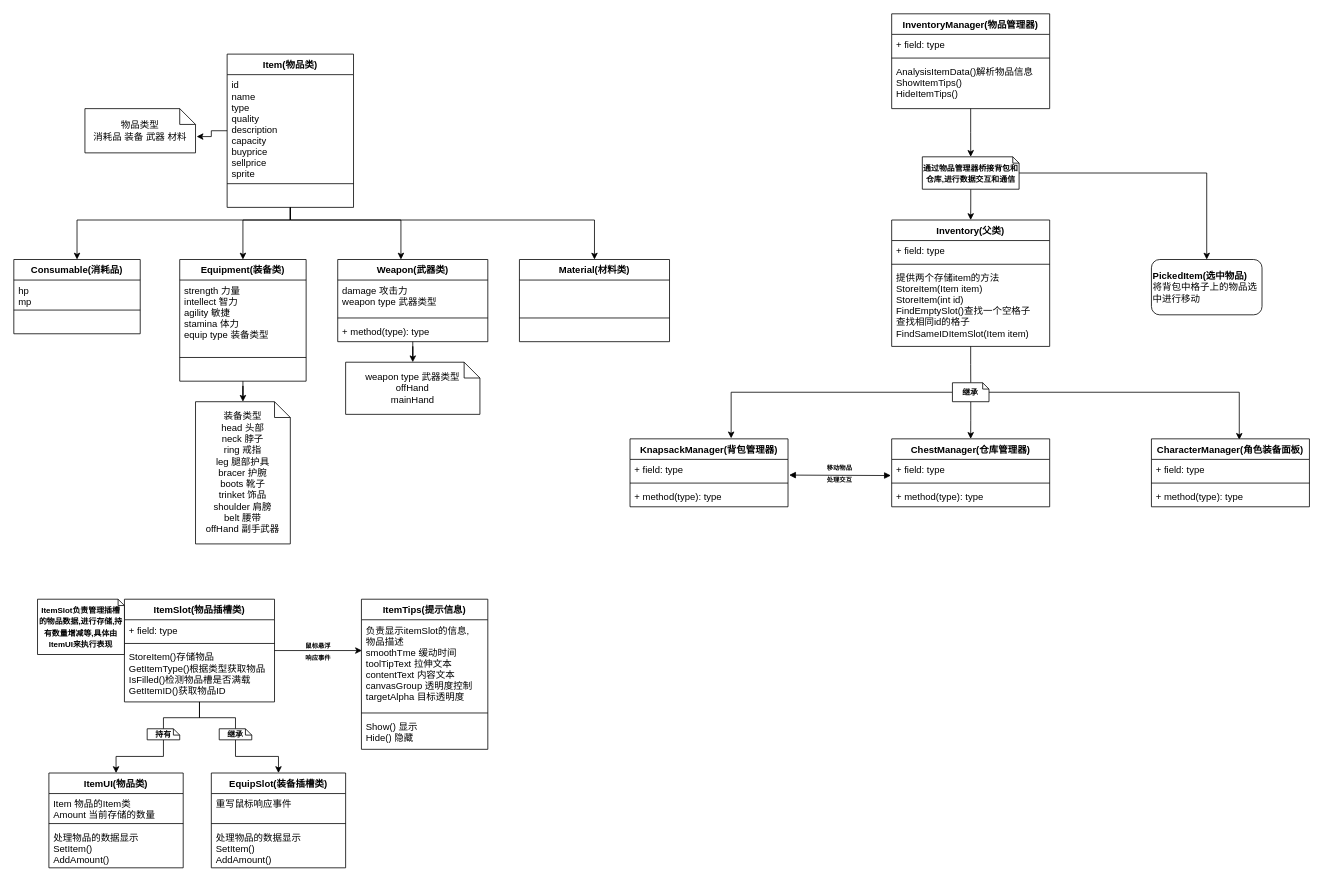
Above: InventorySystem.drawio in KIPKIPS/InventorySystem (draw.io), before the change. Source tidied: cells renumbered, new cells numbered last; positions are measured from the earlier drawing's top-left corner, leaving out a move shared by most shapes. Both pictures are drawn from the tidied source at 79%, with x=0, y=0 at pixel (13, 13).
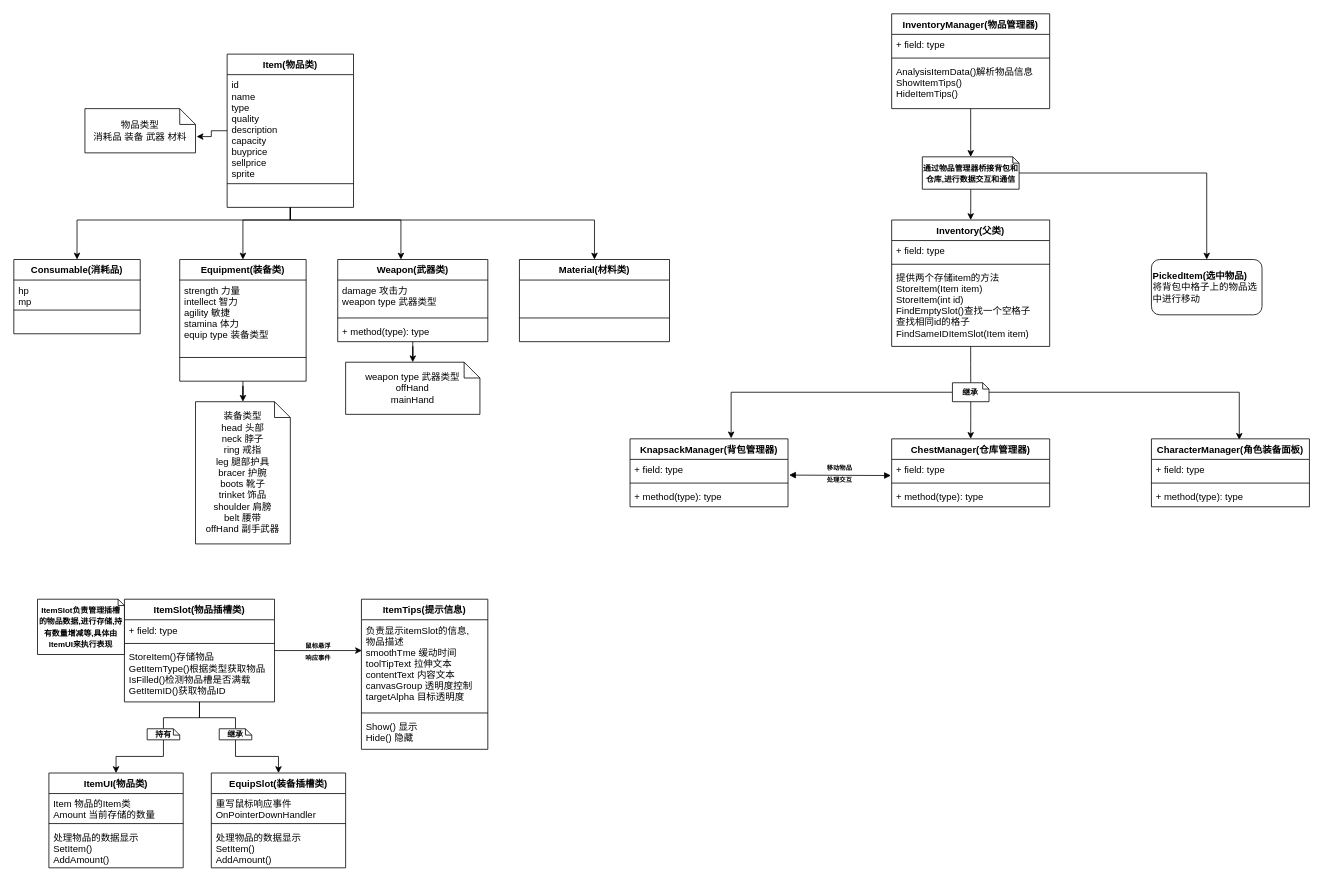
After the change.

Unchanged cells that the change refers to:
```xml
<mxCell id="83" value="EquipSlot(装备插槽类)" style="swimlane;fontStyle=1;align=center;verticalAlign=top;horizontal=1;startSize=26;" parent="1" vertex="1">
  <mxGeometry x="250" y="961" width="170" height="120" as="geometry" />
</mxCell>
```

Change to the diagram source:
```diff
@@
-    <mxCell id="84" value="重写鼠标响应事件" style="text;strokeColor=none;fillColor=none;align=left;verticalAlign=top;spacingLeft=4;spacingRight=4;overflow=hidden;" parent="83" vertex="1">
+    <mxCell id="84" value="重写鼠标响应事件&#10;OnPointerDownHandler&#10;" style="text;strokeColor=none;fillColor=none;align=left;verticalAlign=top;spacingLeft=4;spacingRight=4;overflow=hidden;" parent="83" vertex="1">
       <mxGeometry y="26" width="170" height="34" as="geometry" />
     </mxCell>
```
